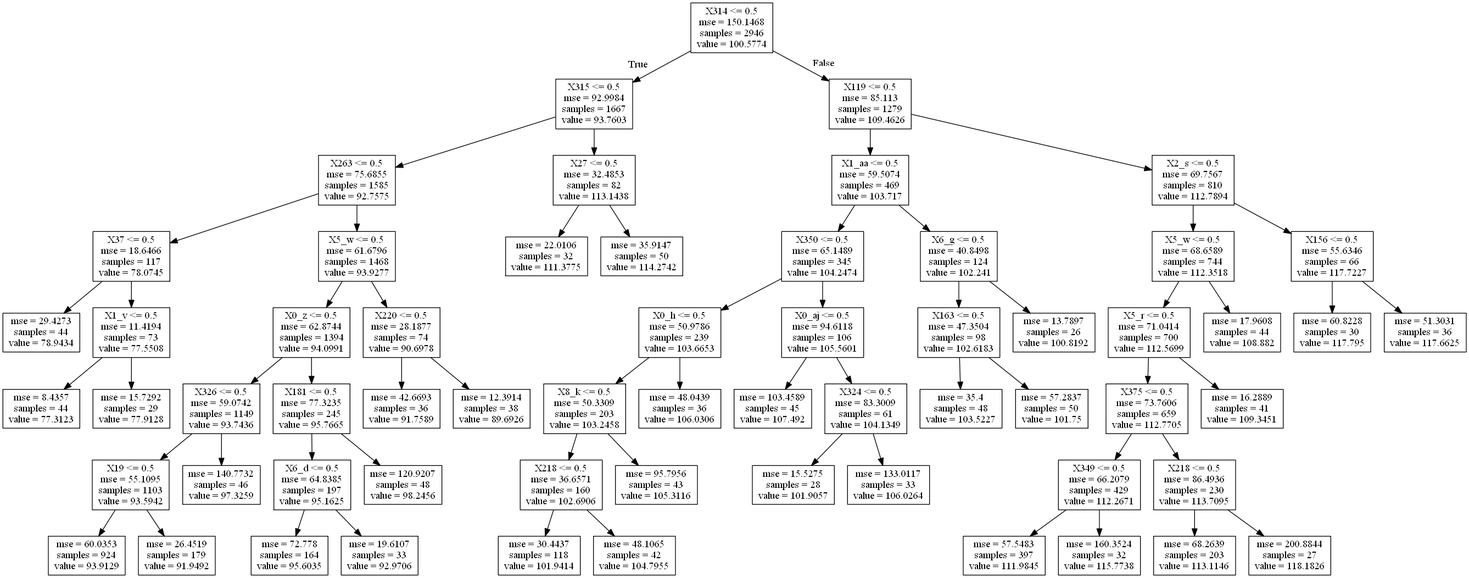
bhavesh0009/mercedes-benz-greener-manufacturing keeps this Graphviz diagram as tunedtree.png. Above is the earlier version. Its source is kept beside it as tunedtree.dot.
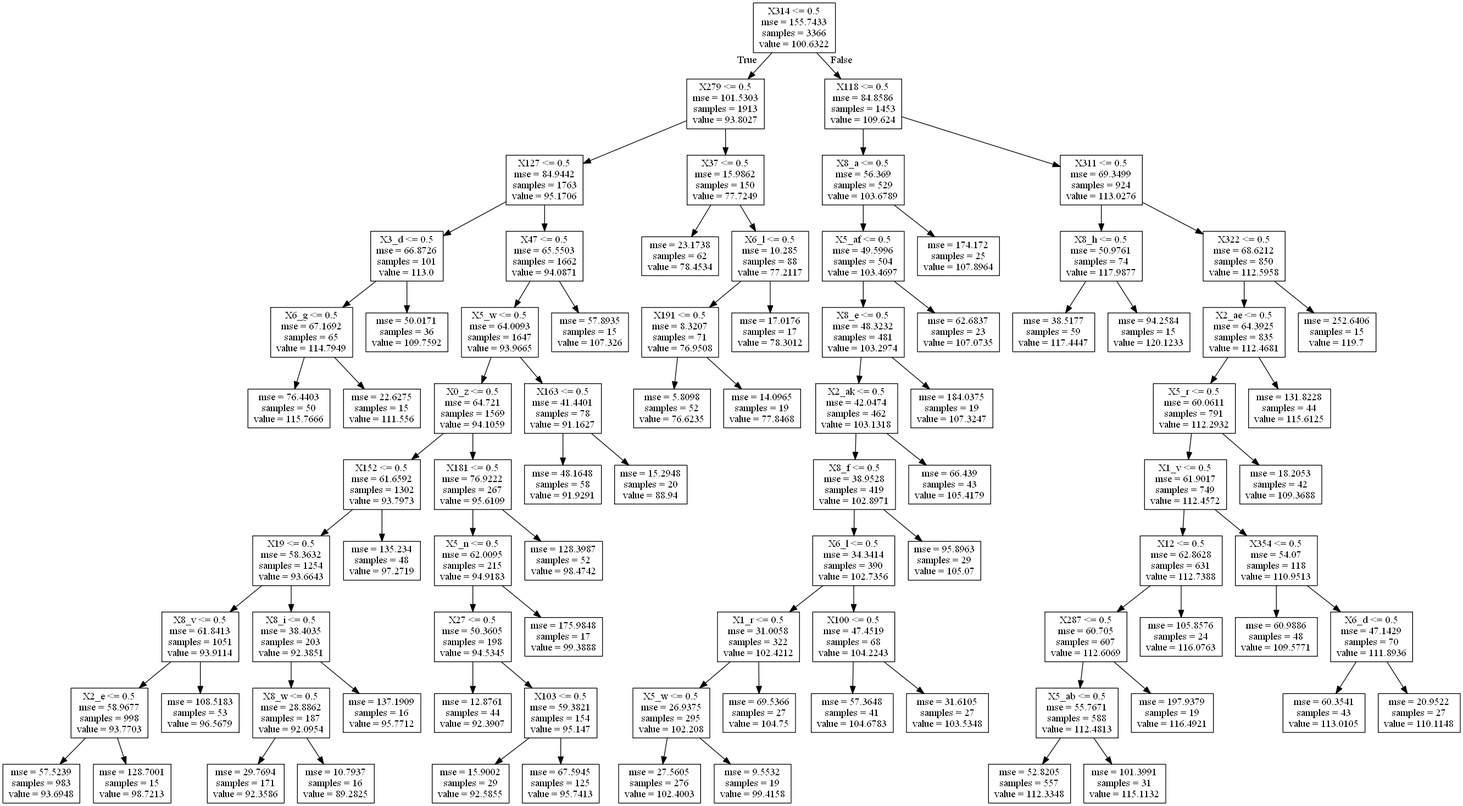
The same file after the commit.

The edit, as a diff of the source:
```diff
@@ -1,140 +1,176 @@
 digraph Tree {
 node [shape=box] ;
-0 [label="X314 <= 0.5229\nmse = 150.1468\nsamples = 2946\nvalue = 100.5774"] ;
-1 [label="X315 <= 0.914\nmse = 92.9984\nsamples = 1667\nvalue = 93.7603"] ;
+0 [label="X314 <= 0.5\nmse = 155.7433\nsamples = 3366\nvalue = 100.6322"] ;
+1 [label="X279 <= 0.5\nmse = 101.5303\nsamples = 1913\nvalue = 93.8027"] ;
 0 -> 1 [labeldistance=2.5, labelangle=45, headlabel="True"] ;
-2 [label="X54 <= 0.7795\nmse = 75.6855\nsamples = 1585\nvalue = 92.7575"] ;
+2 [label="X127 <= 0.5\nmse = 84.9442\nsamples = 1763\nvalue = 95.1706"] ;
 1 -> 2 ;
-3 [label="X5_w <= 0.0235\nmse = 61.6796\nsamples = 1468\nvalue = 93.9277"] ;
+3 [label="X3_d <= 0.5\nmse = 66.8726\nsamples = 101\nvalue = 113.0"] ;
 2 -> 3 ;
-4 [label="X0_z <= 0.9178\nmse = 62.8744\nsamples = 1394\nvalue = 94.0991"] ;
+4 [label="X6_g <= 0.5\nmse = 67.1692\nsamples = 65\nvalue = 114.7949"] ;
 3 -> 4 ;
-5 [label="X226 <= 0.8963\nmse = 59.0742\nsamples = 1149\nvalue = 93.7436"] ;
+5 [label="mse = 76.4403\nsamples = 50\nvalue = 115.7666"] ;
 4 -> 5 ;
-6 [label="X19 <= 0.7102\nmse = 55.1095\nsamples = 1103\nvalue = 93.5942"] ;
-5 -> 6 ;
-7 [label="X5_aa <= 0.5355\nmse = 60.0353\nsamples = 924\nvalue = 93.9129"] ;
-6 -> 7 ;
-8 [label="X5_p <= 0.0716\nmse = 60.6463\nsamples = 899\nvalue = 94.0251"] ;
-7 -> 8 ;
-9 [label="mse = 58.6319\nsamples = 846\nvalue = 93.866"] ;
+6 [label="mse = 22.6275\nsamples = 15\nvalue = 111.556"] ;
+4 -> 6 ;
+7 [label="mse = 50.0171\nsamples = 36\nvalue = 109.7592"] ;
+3 -> 7 ;
+8 [label="X47 <= 0.5\nmse = 65.5503\nsamples = 1662\nvalue = 94.0871"] ;
+2 -> 8 ;
+9 [label="X5_w <= 0.5\nmse = 64.0093\nsamples = 1647\nvalue = 93.9665"] ;
 8 -> 9 ;
-10 [label="mse = 85.9496\nsamples = 53\nvalue = 96.5642"] ;
-8 -> 10 ;
-11 [label="mse = 21.3352\nsamples = 25\nvalue = 89.8784"] ;
-7 -> 11 ;
-12 [label="X146 <= 0.8067\nmse = 26.4519\nsamples = 179\nvalue = 91.9492"] ;
-6 -> 12 ;
-13 [label="X142 <= 0.6491\nmse = 19.1466\nsamples = 135\nvalue = 91.4741"] ;
+10 [label="X0_z <= 0.5\nmse = 64.721\nsamples = 1569\nvalue = 94.1059"] ;
+9 -> 10 ;
+11 [label="X152 <= 0.5\nmse = 61.6592\nsamples = 1302\nvalue = 93.7973"] ;
+10 -> 11 ;
+12 [label="X19 <= 0.5\nmse = 58.3632\nsamples = 1254\nvalue = 93.6643"] ;
+11 -> 12 ;
+13 [label="X8_v <= 0.5\nmse = 61.8413\nsamples = 1051\nvalue = 93.9114"] ;
 12 -> 13 ;
-14 [label="mse = 38.6831\nsamples = 29\nvalue = 92.7741"] ;
+14 [label="X2_e <= 0.5\nmse = 58.9677\nsamples = 998\nvalue = 93.7703"] ;
 13 -> 14 ;
-15 [label="mse = 13.2128\nsamples = 106\nvalue = 91.1184"] ;
-13 -> 15 ;
-16 [label="mse = 46.0485\nsamples = 44\nvalue = 93.4068"] ;
-12 -> 16 ;
-17 [label="mse = 140.7732\nsamples = 46\nvalue = 97.3259"] ;
-5 -> 17 ;
-18 [label="X181 <= 0.0481\nmse = 77.3235\nsamples = 245\nvalue = 95.7665"] ;
-4 -> 18 ;
-19 [label="X6_d <= 0.9896\nmse = 64.8385\nsamples = 197\nvalue = 95.1625"] ;
+15 [label="mse = 57.5239\nsamples = 983\nvalue = 93.6948"] ;
+14 -> 15 ;
+16 [label="mse = 128.7001\nsamples = 15\nvalue = 98.7213"] ;
+14 -> 16 ;
+17 [label="mse = 108.5183\nsamples = 53\nvalue = 96.5679"] ;
+13 -> 17 ;
+18 [label="X8_i <= 0.5\nmse = 38.4035\nsamples = 203\nvalue = 92.3851"] ;
+12 -> 18 ;
+19 [label="X8_w <= 0.5\nmse = 28.8862\nsamples = 187\nvalue = 92.0954"] ;
 18 -> 19 ;
-20 [label="X3_c <= 0.465\nmse = 72.778\nsamples = 164\nvalue = 95.6035"] ;
+20 [label="mse = 29.7694\nsamples = 171\nvalue = 92.3586"] ;
 19 -> 20 ;
-21 [label="mse = 52.595\nsamples = 86\nvalue = 94.6345"] ;
-20 -> 21 ;
-22 [label="mse = 92.8543\nsamples = 78\nvalue = 96.6719"] ;
-20 -> 22 ;
-23 [label="mse = 19.6107\nsamples = 33\nvalue = 92.9706"] ;
-19 -> 23 ;
-24 [label="mse = 120.9207\nsamples = 48\nvalue = 98.2456"] ;
-18 -> 24 ;
-25 [label="mse = 28.1877\nsamples = 74\nvalue = 90.6978"] ;
-3 -> 25 ;
-26 [label="X37 <= 0.8023\nmse = 18.6466\nsamples = 117\nvalue = 78.0745"] ;
-2 -> 26 ;
-27 [label="mse = 29.4273\nsamples = 44\nvalue = 78.9434"] ;
+21 [label="mse = 10.7937\nsamples = 16\nvalue = 89.2825"] ;
+19 -> 21 ;
+22 [label="mse = 137.1909\nsamples = 16\nvalue = 95.7712"] ;
+18 -> 22 ;
+23 [label="mse = 135.234\nsamples = 48\nvalue = 97.2719"] ;
+11 -> 23 ;
+24 [label="X181 <= 0.5\nmse = 76.9222\nsamples = 267\nvalue = 95.6109"] ;
+10 -> 24 ;
+25 [label="X5_n <= 0.5\nmse = 62.0095\nsamples = 215\nvalue = 94.9183"] ;
+24 -> 25 ;
+26 [label="X27 <= 0.5\nmse = 50.3605\nsamples = 198\nvalue = 94.5345"] ;
+25 -> 26 ;
+27 [label="mse = 12.8761\nsamples = 44\nvalue = 92.3907"] ;
 26 -> 27 ;
-28 [label="mse = 11.4194\nsamples = 73\nvalue = 77.5508"] ;
+28 [label="X103 <= 0.5\nmse = 59.3821\nsamples = 154\nvalue = 95.147"] ;
 26 -> 28 ;
-29 [label="mse = 32.4853\nsamples = 82\nvalue = 113.1438"] ;
-1 -> 29 ;
-30 [label="X119 <= 0.8339\nmse = 85.113\nsamples = 1279\nvalue = 109.4626"] ;
-0 -> 30 [labeldistance=2.5, labelangle=-45, headlabel="False"] ;
-31 [label="X1_aa <= 0.4981\nmse = 59.5074\nsamples = 469\nvalue = 103.717"] ;
-30 -> 31 ;
-32 [label="X350 <= 0.0592\nmse = 65.1489\nsamples = 345\nvalue = 104.2474"] ;
-31 -> 32 ;
-33 [label="X0_h <= 0.0081\nmse = 50.9786\nsamples = 239\nvalue = 103.6653"] ;
-32 -> 33 ;
-34 [label="X8_k <= 0.0642\nmse = 50.3309\nsamples = 203\nvalue = 103.2458"] ;
+29 [label="mse = 15.9002\nsamples = 29\nvalue = 92.5855"] ;
+28 -> 29 ;
+30 [label="mse = 67.5945\nsamples = 125\nvalue = 95.7413"] ;
+28 -> 30 ;
+31 [label="mse = 175.9848\nsamples = 17\nvalue = 99.3888"] ;
+25 -> 31 ;
+32 [label="mse = 128.3987\nsamples = 52\nvalue = 98.4742"] ;
+24 -> 32 ;
+33 [label="X163 <= 0.5\nmse = 41.4401\nsamples = 78\nvalue = 91.1627"] ;
+9 -> 33 ;
+34 [label="mse = 48.1648\nsamples = 58\nvalue = 91.9291"] ;
 33 -> 34 ;
-35 [label="X218 <= 0.9141\nmse = 36.6571\nsamples = 160\nvalue = 102.6906"] ;
-34 -> 35 ;
-36 [label="X251 <= 0.1185\nmse = 30.4437\nsamples = 118\nvalue = 101.9414"] ;
-35 -> 36 ;
-37 [label="mse = 30.452\nsamples = 33\nvalue = 100.7206"] ;
-36 -> 37 ;
-38 [label="mse = 29.6372\nsamples = 85\nvalue = 102.4154"] ;
-36 -> 38 ;
-39 [label="mse = 48.1065\nsamples = 42\nvalue = 104.7955"] ;
-35 -> 39 ;
-40 [label="mse = 95.7956\nsamples = 43\nvalue = 105.3116"] ;
-34 -> 40 ;
-41 [label="mse = 48.0439\nsamples = 36\nvalue = 106.0306"] ;
-33 -> 41 ;
-42 [label="X0_aj <= 0.184\nmse = 94.6118\nsamples = 106\nvalue = 105.5601"] ;
-32 -> 42 ;
-43 [label="mse = 103.4589\nsamples = 45\nvalue = 107.492"] ;
-42 -> 43 ;
-44 [label="mse = 83.3009\nsamples = 61\nvalue = 104.1349"] ;
-42 -> 44 ;
-45 [label="X6_g <= 0.2164\nmse = 40.8498\nsamples = 124\nvalue = 102.241"] ;
-31 -> 45 ;
-46 [label="mse = 47.3504\nsamples = 98\nvalue = 102.6183"] ;
+35 [label="mse = 15.2948\nsamples = 20\nvalue = 88.94"] ;
+33 -> 35 ;
+36 [label="mse = 57.8935\nsamples = 15\nvalue = 107.326"] ;
+8 -> 36 ;
+37 [label="X37 <= 0.5\nmse = 15.9862\nsamples = 150\nvalue = 77.7249"] ;
+1 -> 37 ;
+38 [label="mse = 23.1738\nsamples = 62\nvalue = 78.4534"] ;
+37 -> 38 ;
+39 [label="X6_l <= 0.5\nmse = 10.285\nsamples = 88\nvalue = 77.2117"] ;
+37 -> 39 ;
+40 [label="X191 <= 0.5\nmse = 8.3207\nsamples = 71\nvalue = 76.9508"] ;
+39 -> 40 ;
+41 [label="mse = 5.8098\nsamples = 52\nvalue = 76.6235"] ;
+40 -> 41 ;
+42 [label="mse = 14.0965\nsamples = 19\nvalue = 77.8468"] ;
+40 -> 42 ;
+43 [label="mse = 17.0176\nsamples = 17\nvalue = 78.3012"] ;
+39 -> 43 ;
+44 [label="X118 <= 0.5\nmse = 84.8586\nsamples = 1453\nvalue = 109.624"] ;
+0 -> 44 [labeldistance=2.5, labelangle=-45, headlabel="False"] ;
+45 [label="X8_a <= 0.5\nmse = 56.369\nsamples = 529\nvalue = 103.6789"] ;
+44 -> 45 ;
+46 [label="X5_af <= 0.5\nmse = 49.5996\nsamples = 504\nvalue = 103.4697"] ;
 45 -> 46 ;
-47 [label="mse = 13.7897\nsamples = 26\nvalue = 100.8192"] ;
-45 -> 47 ;
-48 [label="X147 <= 0.7936\nmse = 69.7567\nsamples = 810\nvalue = 112.7894"] ;
-30 -> 48 ;
-49 [label="X5_w <= 0.4105\nmse = 68.6589\nsamples = 744\nvalue = 112.3518"] ;
+47 [label="X8_e <= 0.5\nmse = 48.3232\nsamples = 481\nvalue = 103.2974"] ;
+46 -> 47 ;
+48 [label="X2_ak <= 0.5\nmse = 42.0474\nsamples = 462\nvalue = 103.1318"] ;
+47 -> 48 ;
+49 [label="X8_f <= 0.5\nmse = 38.9528\nsamples = 419\nvalue = 102.8971"] ;
 48 -> 49 ;
-50 [label="X5_r <= 0.2044\nmse = 71.0414\nsamples = 700\nvalue = 112.5699"] ;
+50 [label="X6_l <= 0.5\nmse = 34.3414\nsamples = 390\nvalue = 102.7356"] ;
 49 -> 50 ;
-51 [label="X375 <= 0.058\nmse = 73.7606\nsamples = 659\nvalue = 112.7705"] ;
+51 [label="X1_r <= 0.5\nmse = 31.0058\nsamples = 322\nvalue = 102.4212"] ;
 50 -> 51 ;
-52 [label="X349 <= 0.028\nmse = 66.2079\nsamples = 429\nvalue = 112.2671"] ;
+52 [label="X5_w <= 0.5\nmse = 26.9375\nsamples = 295\nvalue = 102.208"] ;
 51 -> 52 ;
-53 [label="X3_a <= 0.0909\nmse = 57.5483\nsamples = 397\nvalue = 111.9845"] ;
+53 [label="mse = 27.5605\nsamples = 276\nvalue = 102.4003"] ;
 52 -> 53 ;
-54 [label="X354 <= 0.4154\nmse = 61.9746\nsamples = 316\nvalue = 112.437"] ;
-53 -> 54 ;
-55 [label="mse = 59.0289\nsamples = 240\nvalue = 111.9461"] ;
-54 -> 55 ;
-56 [label="mse = 68.1122\nsamples = 76\nvalue = 113.9874"] ;
-54 -> 56 ;
-57 [label="mse = 36.3641\nsamples = 81\nvalue = 110.2189"] ;
-53 -> 57 ;
-58 [label="mse = 160.3524\nsamples = 32\nvalue = 115.7737"] ;
-52 -> 58 ;
-59 [label="X218 <= 0.5551\nmse = 86.4936\nsamples = 230\nvalue = 113.7095"] ;
-51 -> 59 ;
-60 [label="X329 <= 0.8506\nmse = 68.2639\nsamples = 203\nvalue = 113.1146"] ;
-59 -> 60 ;
-61 [label="mse = 161.3984\nsamples = 34\nvalue = 117.2982"] ;
-60 -> 61 ;
-62 [label="X151 <= 0.7856\nmse = 45.2971\nsamples = 169\nvalue = 112.2729"] ;
-60 -> 62 ;
-63 [label="mse = 35.3683\nsamples = 135\nvalue = 111.7245"] ;
-62 -> 63 ;
-64 [label="mse = 78.7851\nsamples = 34\nvalue = 114.4503"] ;
-62 -> 64 ;
-65 [label="mse = 200.8844\nsamples = 27\nvalue = 118.1826"] ;
-59 -> 65 ;
-66 [label="mse = 16.2889\nsamples = 41\nvalue = 109.3451"] ;
-50 -> 66 ;
-67 [label="mse = 17.9608\nsamples = 44\nvalue = 108.882"] ;
-49 -> 67 ;
-68 [label="mse = 55.6346\nsamples = 66\nvalue = 117.7227"] ;
-48 -> 68 ;
+54 [label="mse = 9.5532\nsamples = 19\nvalue = 99.4158"] ;
+52 -> 54 ;
+55 [label="mse = 69.5366\nsamples = 27\nvalue = 104.75"] ;
+51 -> 55 ;
+56 [label="X100 <= 0.5\nmse = 47.4519\nsamples = 68\nvalue = 104.2243"] ;
+50 -> 56 ;
+57 [label="mse = 57.3648\nsamples = 41\nvalue = 104.6783"] ;
+56 -> 57 ;
+58 [label="mse = 31.6105\nsamples = 27\nvalue = 103.5348"] ;
+56 -> 58 ;
+59 [label="mse = 95.8963\nsamples = 29\nvalue = 105.07"] ;
+49 -> 59 ;
+60 [label="mse = 66.439\nsamples = 43\nvalue = 105.4179"] ;
+48 -> 60 ;
+61 [label="mse = 184.0375\nsamples = 19\nvalue = 107.3247"] ;
+47 -> 61 ;
+62 [label="mse = 62.6837\nsamples = 23\nvalue = 107.0735"] ;
+46 -> 62 ;
+63 [label="mse = 174.172\nsamples = 25\nvalue = 107.8964"] ;
+45 -> 63 ;
+64 [label="X311 <= 0.5\nmse = 69.3499\nsamples = 924\nvalue = 113.0276"] ;
+44 -> 64 ;
+65 [label="X8_h <= 0.5\nmse = 50.9761\nsamples = 74\nvalue = 117.9877"] ;
+64 -> 65 ;
+66 [label="mse = 38.5177\nsamples = 59\nvalue = 117.4447"] ;
+65 -> 66 ;
+67 [label="mse = 94.2584\nsamples = 15\nvalue = 120.1233"] ;
+65 -> 67 ;
+68 [label="X322 <= 0.5\nmse = 68.6212\nsamples = 850\nvalue = 112.5958"] ;
+64 -> 68 ;
+69 [label="X2_ae <= 0.5\nmse = 64.3925\nsamples = 835\nvalue = 112.4681"] ;
+68 -> 69 ;
+70 [label="X5_r <= 0.5\nmse = 60.0611\nsamples = 791\nvalue = 112.2932"] ;
+69 -> 70 ;
+71 [label="X1_v <= 0.5\nmse = 61.9017\nsamples = 749\nvalue = 112.4572"] ;
+70 -> 71 ;
+72 [label="X12 <= 0.5\nmse = 62.8628\nsamples = 631\nvalue = 112.7388"] ;
+71 -> 72 ;
+73 [label="X287 <= 0.5\nmse = 60.705\nsamples = 607\nvalue = 112.6069"] ;
+72 -> 73 ;
+74 [label="X5_ab <= 0.5\nmse = 55.7671\nsamples = 588\nvalue = 112.4813"] ;
+73 -> 74 ;
+75 [label="mse = 52.8205\nsamples = 557\nvalue = 112.3348"] ;
+74 -> 75 ;
+76 [label="mse = 101.3991\nsamples = 31\nvalue = 115.1132"] ;
+74 -> 76 ;
+77 [label="mse = 197.9379\nsamples = 19\nvalue = 116.4921"] ;
+73 -> 77 ;
+78 [label="mse = 105.8576\nsamples = 24\nvalue = 116.0763"] ;
+72 -> 78 ;
+79 [label="X354 <= 0.5\nmse = 54.07\nsamples = 118\nvalue = 110.9513"] ;
+71 -> 79 ;
+80 [label="mse = 60.9886\nsamples = 48\nvalue = 109.5771"] ;
+79 -> 80 ;
+81 [label="X6_d <= 0.5\nmse = 47.1429\nsamples = 70\nvalue = 111.8936"] ;
+79 -> 81 ;
+82 [label="mse = 60.3541\nsamples = 43\nvalue = 113.0105"] ;
+81 -> 82 ;
+83 [label="mse = 20.9522\nsamples = 27\nvalue = 110.1148"] ;
+81 -> 83 ;
+84 [label="mse = 18.2053\nsamples = 42\nvalue = 109.3688"] ;
+70 -> 84 ;
+85 [label="mse = 131.8228\nsamples = 44\nvalue = 115.6125"] ;
+69 -> 85 ;
+86 [label="mse = 252.6406\nsamples = 15\nvalue = 119.7"] ;
+68 -> 86 ;
 }
```
